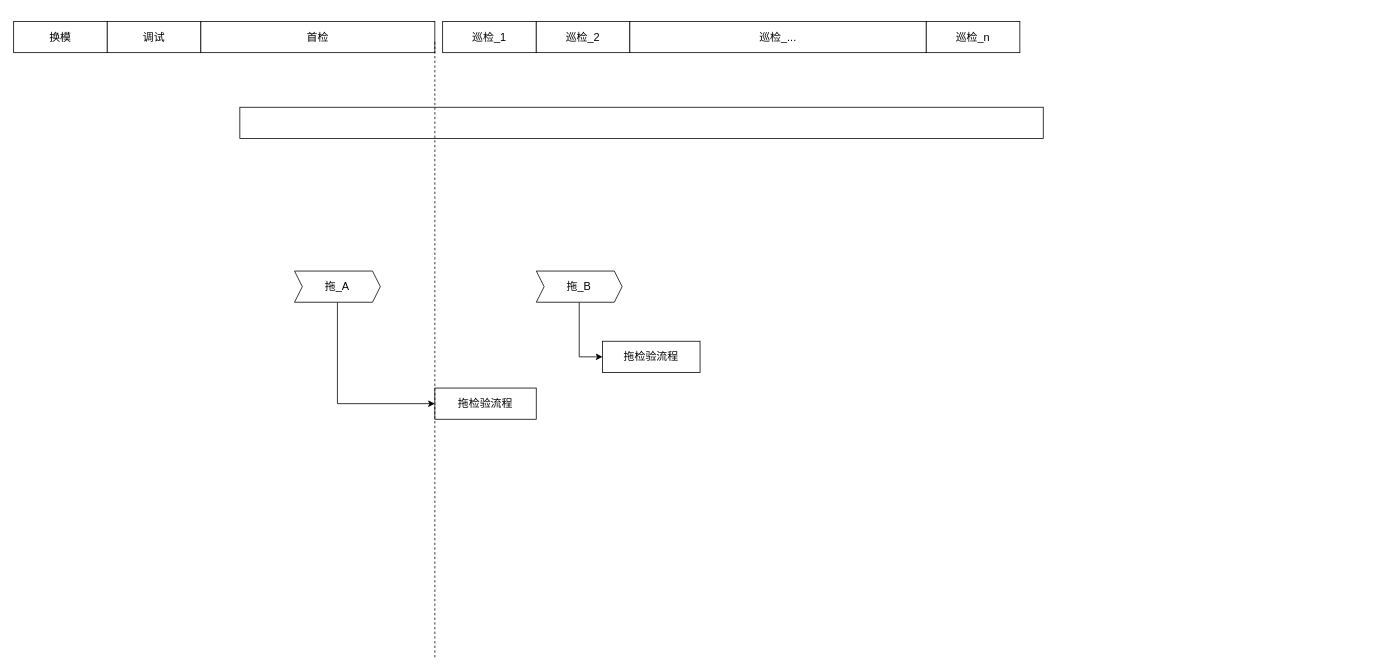
The draw.io diagram page "第 1 页" (1 of 4) of 未命名表单.drawio in k525056857/mfr, before the edit. Source tidied: cells renumbered, new cells numbered last; positions are measured from the earlier drawing's top-left corner, leaving out a move shared by most shapes. Both pictures are drawn from the tidied source at 78%, with x=0, y=0 at pixel (13, 21).
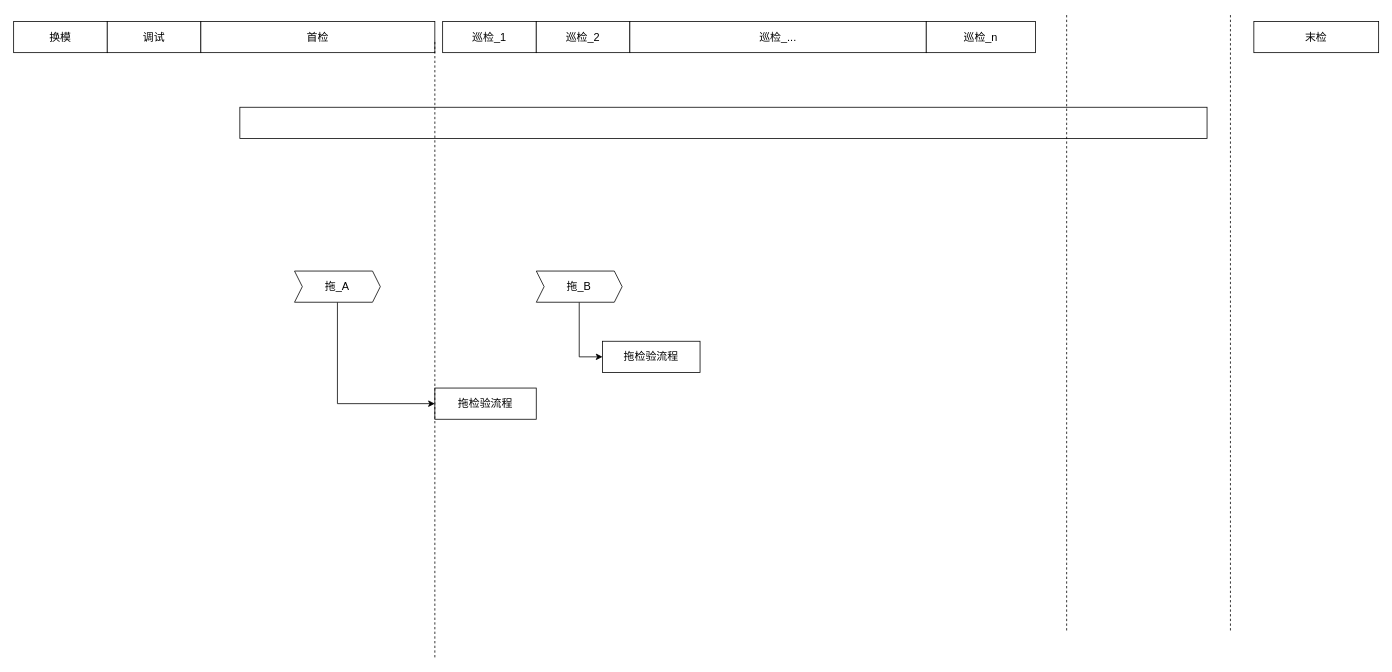
The same diagram, later.

The edit, as a diff of the source:
```diff
@@
     <mxCell id="8" value="巡检_n" style="rounded=0;whiteSpace=wrap;html=1;fontSize=14;" parent="1" vertex="1">
-      <mxGeometry x="1170" width="120" height="40" as="geometry" />
+      <mxGeometry x="1170" width="140" height="40" as="geometry" />
     </mxCell>
     <mxCell id="9" style="rounded=0;whiteSpace=wrap;html=1;fontSize=14;" parent="1" vertex="1">
-      <mxGeometry x="290" y="110" width="1030" height="40" as="geometry" />
+      <mxGeometry x="290" y="110" width="1240" height="40" as="geometry" />
     </mxCell>
@@
+    <mxCell id="17" style="endArrow=none;dashed=1;html=1;fontSize=14;" parent="1" edge="1">
+      <mxGeometry relative="1" as="geometry">
+        <mxPoint x="1350" y="780.8" as="sourcePoint" />
+        <mxPoint x="1350" y="-10" as="targetPoint" />
+      </mxGeometry>
+    </mxCell>
+    <mxCell id="18" style="endArrow=none;dashed=1;html=1;fontSize=14;" parent="1" edge="1">
+      <mxGeometry relative="1" as="geometry">
+        <mxPoint x="1560" y="780.8" as="sourcePoint" />
+        <mxPoint x="1560" y="-10" as="targetPoint" />
+      </mxGeometry>
+    </mxCell>
+    <mxCell id="19" value="末检" style="rounded=0;whiteSpace=wrap;html=1;fontSize=14;" parent="1" vertex="1">
+      <mxGeometry x="1590" width="160" height="40" as="geometry" />
+    </mxCell>
```
